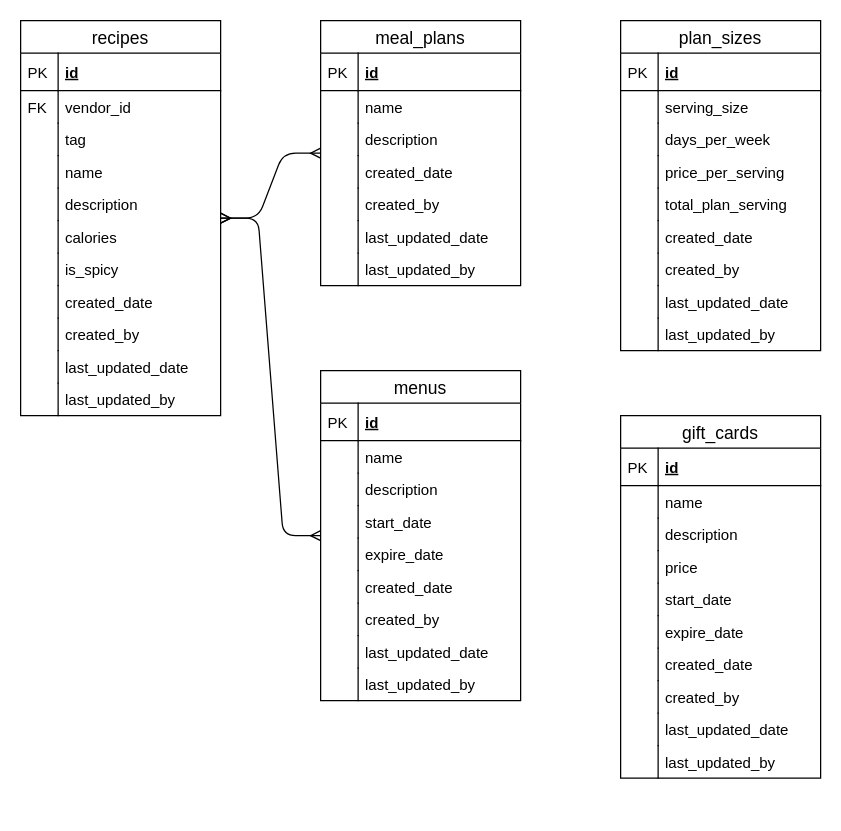
The draw.io diagram page "Product Management" (2 of 8) of phase 2/HelloFresh_Phase_2.drawio in IcedTea0000/data-analyst-demo, before the edit. Source tidied: cells renumbered, new cells numbered last; positions are measured from the earlier drawing's top-left corner, leaving out a move shared by most shapes. Both pictures are drawn from the tidied source at 125%, with x=0, y=0 at pixel (20, 20).
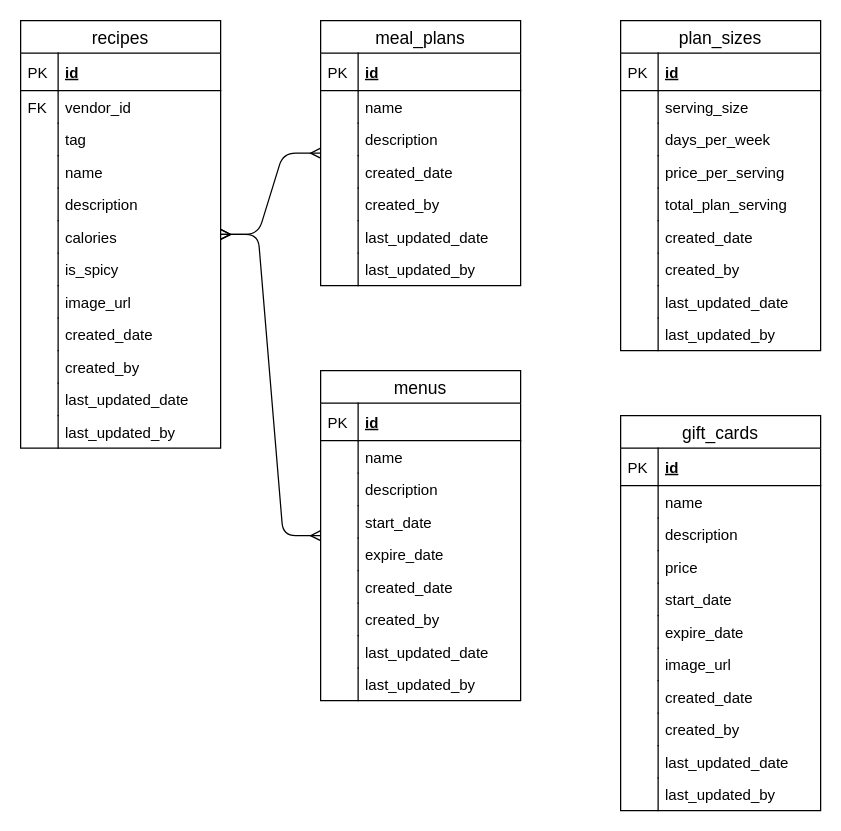
After the change.

The edit, as a diff of the source:
```diff
@@
     <mxCell id="38" value="recipes" style="swimlane;fontStyle=0;horizontal=1;startSize=26;align=center;fontSize=14;fillColor=#FFFFFF;" parent="1" vertex="1">
-      <mxGeometry width="160" height="316" as="geometry" />
+      <mxGeometry width="160" height="342" as="geometry" />
     </mxCell>
@@
-    <mxCell id="53" value="created_date" style="shape=partialRectangle;top=0;left=0;right=0;bottom=0;align=left;verticalAlign=top;fillColor=none;spacingLeft=34;spacingRight=4;overflow=hidden;fontSize=12;" parent="38" vertex="1">
+    <mxCell id="53" value="image_url" style="shape=partialRectangle;top=0;left=0;right=0;bottom=0;align=left;verticalAlign=top;fillColor=none;spacingLeft=34;spacingRight=4;overflow=hidden;fontSize=12;" parent="38" vertex="1">
       <mxGeometry y="212" width="160" height="26" as="geometry" />
     </mxCell>
@@
+    <mxCell id="101" value="created_date" style="shape=partialRectangle;top=0;left=0;right=0;bottom=0;align=left;verticalAlign=top;fillColor=none;spacingLeft=34;spacingRight=4;overflow=hidden;fontSize=12;" parent="38" vertex="1">
+      <mxGeometry y="238" width="160" height="26" as="geometry" />
+    </mxCell>
+    <mxCell id="102" style="shape=partialRectangle;top=0;left=0;bottom=0;fillColor=none;align=left;verticalAlign=top;spacingLeft=4;spacingRight=4;overflow=hidden;fontSize=12;" parent="101" vertex="1">
+      <mxGeometry width="30" height="26" as="geometry" />
+    </mxCell>
     <mxCell id="55" value="created_by" style="shape=partialRectangle;top=0;left=0;right=0;bottom=0;align=left;verticalAlign=top;fillColor=none;spacingLeft=34;spacingRight=4;overflow=hidden;fontSize=12;" parent="38" vertex="1">
-      <mxGeometry y="238" width="160" height="26" as="geometry" />
+      <mxGeometry y="264" width="160" height="26" as="geometry" />
     </mxCell>
@@
     <mxCell id="57" value="last_updated_date" style="shape=partialRectangle;top=0;left=0;right=0;bottom=0;align=left;verticalAlign=top;fillColor=none;spacingLeft=34;spacingRight=4;overflow=hidden;fontSize=12;" parent="38" vertex="1">
-      <mxGeometry y="264" width="160" height="26" as="geometry" />
+      <mxGeometry y="290" width="160" height="26" as="geometry" />
     </mxCell>
@@
     <mxCell id="59" value="last_updated_by" style="shape=partialRectangle;top=0;left=0;right=0;bottom=0;align=left;verticalAlign=top;fillColor=none;spacingLeft=34;spacingRight=4;overflow=hidden;fontSize=12;" parent="38" vertex="1">
-      <mxGeometry y="290" width="160" height="26" as="geometry" />
+      <mxGeometry y="316" width="160" height="26" as="geometry" />
     </mxCell>
@@
     <mxCell id="80" value="gift_cards" style="swimlane;fontStyle=0;horizontal=1;startSize=26;align=center;fontSize=14;fillColor=#FFFFFF;" parent="1" vertex="1">
-      <mxGeometry x="480" y="316" width="160" height="290" as="geometry" />
+      <mxGeometry x="480" y="316" width="160" height="316" as="geometry" />
     </mxCell>
@@
-    <mxCell id="93" value="created_date" style="shape=partialRectangle;top=0;left=0;right=0;bottom=0;align=left;verticalAlign=top;fillColor=none;spacingLeft=34;spacingRight=4;overflow=hidden;fontSize=12;" parent="80" vertex="1">
+    <mxCell id="93" value="image_url" style="shape=partialRectangle;top=0;left=0;right=0;bottom=0;align=left;verticalAlign=top;fillColor=none;spacingLeft=34;spacingRight=4;overflow=hidden;fontSize=12;" parent="80" vertex="1">
       <mxGeometry y="186" width="160" height="26" as="geometry" />
     </mxCell>
@@
+    <mxCell id="103" value="created_date" style="shape=partialRectangle;top=0;left=0;right=0;bottom=0;align=left;verticalAlign=top;fillColor=none;spacingLeft=34;spacingRight=4;overflow=hidden;fontSize=12;" parent="80" vertex="1">
+      <mxGeometry y="212" width="160" height="26" as="geometry" />
+    </mxCell>
+    <mxCell id="104" style="shape=partialRectangle;top=0;left=0;bottom=0;fillColor=none;align=left;verticalAlign=top;spacingLeft=4;spacingRight=4;overflow=hidden;fontSize=12;" parent="103" vertex="1">
+      <mxGeometry width="30" height="26" as="geometry" />
+    </mxCell>
     <mxCell id="95" value="created_by" style="shape=partialRectangle;top=0;left=0;right=0;bottom=0;align=left;verticalAlign=top;fillColor=none;spacingLeft=34;spacingRight=4;overflow=hidden;fontSize=12;" parent="80" vertex="1">
-      <mxGeometry y="212" width="160" height="26" as="geometry" />
+      <mxGeometry y="238" width="160" height="26" as="geometry" />
     </mxCell>
@@
     <mxCell id="97" value="last_updated_date" style="shape=partialRectangle;top=0;left=0;right=0;bottom=0;align=left;verticalAlign=top;fillColor=none;spacingLeft=34;spacingRight=4;overflow=hidden;fontSize=12;" parent="80" vertex="1">
-      <mxGeometry y="238" width="160" height="26" as="geometry" />
+      <mxGeometry y="264" width="160" height="26" as="geometry" />
     </mxCell>
@@
     <mxCell id="99" value="last_updated_by" style="shape=partialRectangle;top=0;left=0;right=0;bottom=0;align=left;verticalAlign=top;fillColor=none;spacingLeft=34;spacingRight=4;overflow=hidden;fontSize=12;" parent="80" vertex="1">
-      <mxGeometry y="264" width="160" height="26" as="geometry" />
+      <mxGeometry y="290" width="160" height="26" as="geometry" />
     </mxCell>
```
